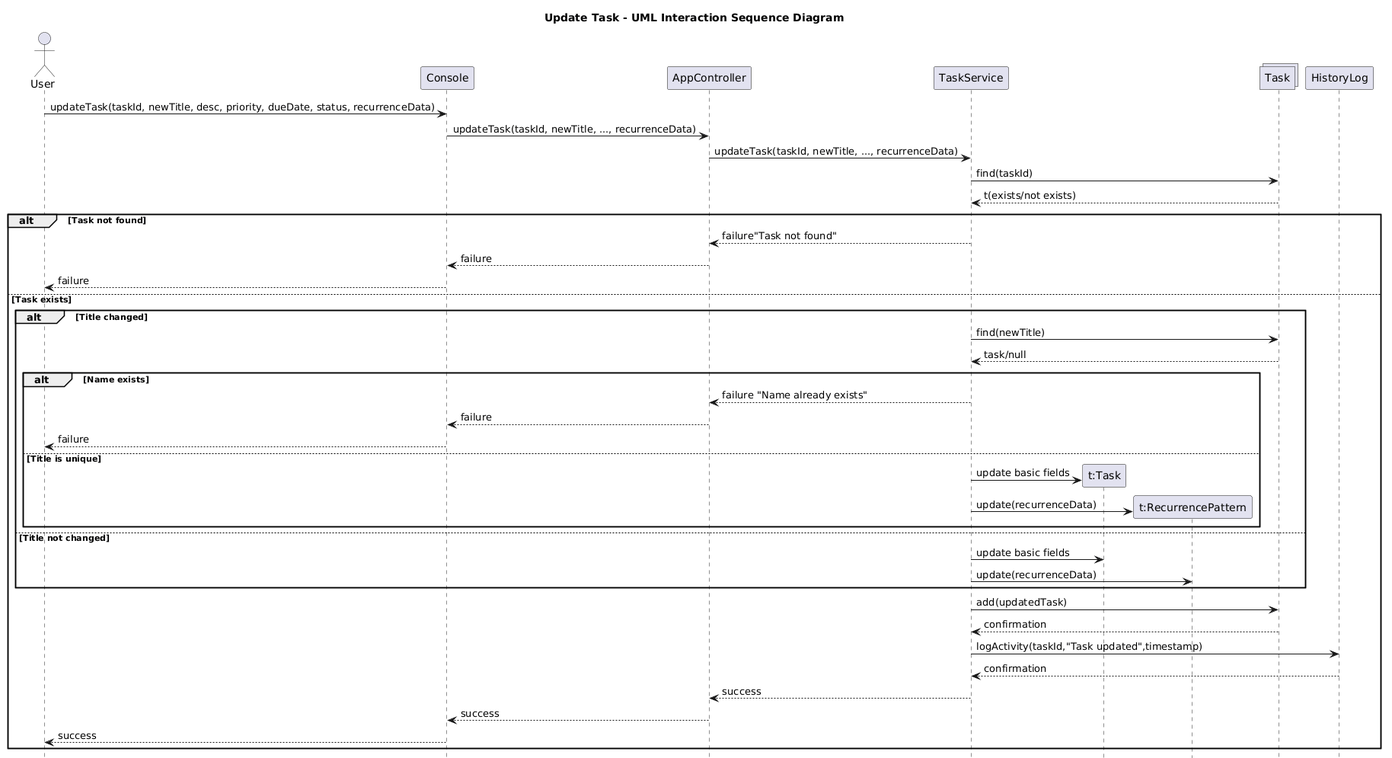
Before: Iteration 4/UML_INTERACTION_DIAGRAM/ISD_UPDATE_TASK.png, a diagram exported from PlantUML (SpenyT/SOEN342-W26). The source it was exported from:
```plantuml
@startuml
title Update Task - UML Interaction Sequence Diagram
actor User
participant Console
participant AppController
participant "TaskService" as Service
participant  "HistoryLog" as Log order 30
collections "Task" as DB order 20



User -> Console: updateTask(taskId, newTitle, desc, priority, dueDate, status, recurrenceData)
Console -> AppController: updateTask(taskId, newTitle, ..., recurrenceData)
AppController -> Service: updateTask(taskId, newTitle, ..., recurrenceData)
Service -> DB: find(taskId)
DB --> Service: t(exists/not exists)

alt Task not found
    Service --> AppController: failure"Task not found"
    AppController --> Console: failure
    Console --> User: failure

else Task exists

    alt Title changed
        Service -> DB : find(newTitle)
        DB --> Service: task/null

        alt Name exists
        Service --> AppController: failure "Name already exists"
        AppController --> Console: failure
        Console --> User: failure

        else Title is unique
            Service -> "t:Task" as Ticket** : update basic fields
            Service -> "t:RecurrencePattern" as Rec ** : update(recurrenceData)
        end

    else Title not changed
        Service -> Ticket : update basic fields
        Service -> Rec : update(recurrenceData)
    end

    Service -> DB : add(updatedTask)
    DB --> Service : confirmation

    Service -> Log : logActivity(taskId,"Task updated",timestamp)
    Log --> Service : confirmation
    Service --> AppController: success
    AppController --> Console: success
    Console --> User: success

end

hide footbox
@enduml
```
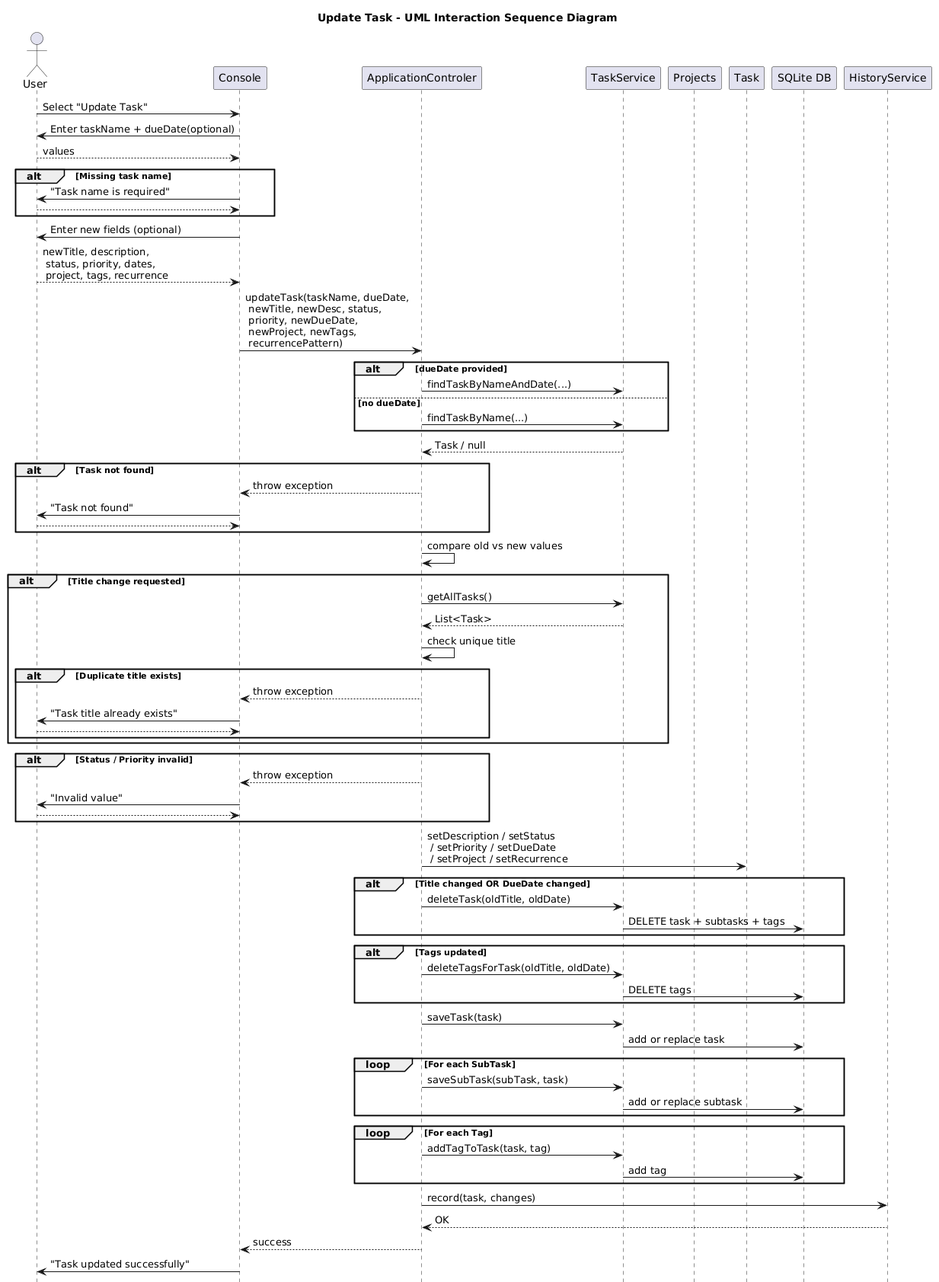
After the change.

Diff of the diagram source:
```diff
@@ -1,56 +1,98 @@
 @startuml
 title Update Task - UML Interaction Sequence Diagram
+
 actor User
 participant Console
-participant AppController
-participant "TaskService" as Service
-participant  "HistoryLog" as Log order 30
-collections "Task" as DB order 20
+participant ApplicationControler as Controller
+participant TaskService
+participant Projects
+participant "SQLite DB" as DB order 20
+participant HistoryService order 30
 
 
+User -> Console : Select "Update Task"
+Console -> User : Enter taskName + dueDate(optional)
+User --> Console : values
 
-User -> Console: updateTask(taskId, newTitle, desc, priority, dueDate, status, recurrenceData)
-Console -> AppController: updateTask(taskId, newTitle, ..., recurrenceData)
-AppController -> Service: updateTask(taskId, newTitle, ..., recurrenceData)
-Service -> DB: find(taskId)
-DB --> Service: t(exists/not exists)
+alt Missing task name
+    Console -> User : "Task name is required"
+    return
+end
+
+Console -> User : Enter new fields (optional)
+User --> Console : newTitle, description,\n status, priority, dates,\n project, tags, recurrence
+
+
+Console -> Controller : updateTask(taskName, dueDate,\n newTitle, newDesc, status,\n priority, newDueDate,\n newProject, newTags,\n recurrencePattern)
+
+
+alt dueDate provided
+    Controller -> TaskService : findTaskByNameAndDate(...)
+else no dueDate
+    Controller -> TaskService : findTaskByName(...)
+end
+
+TaskService --> Controller : Task / null
 
 alt Task not found
-    Service --> AppController: failure"Task not found"
-    AppController --> Console: failure
-    Console --> User: failure
-
-else Task exists
-
-    alt Title changed
-        Service -> DB : find(newTitle)
-        DB --> Service: task/null
-
-        alt Name exists
-        Service --> AppController: failure "Name already exists"
-        AppController --> Console: failure
-        Console --> User: failure
-
-        else Title is unique
-            Service -> "t:Task" as Ticket** : update basic fields
-            Service -> "t:RecurrencePattern" as Rec ** : update(recurrenceData)
-        end
-
-    else Title not changed
-        Service -> Ticket : update basic fields
-        Service -> Rec : update(recurrenceData)
-    end
-
-    Service -> DB : add(updatedTask)
-    DB --> Service : confirmation
-
-    Service -> Log : logActivity(taskId,"Task updated",timestamp)
-    Log --> Service : confirmation
-    Service --> AppController: success
-    AppController --> Console: success
-    Console --> User: success
-
+    Controller --> Console : throw exception
+    Console -> User : "Task not found"
+    return
 end
 
+
+Controller -> Controller : compare old vs new values
+
+alt Title change requested
+    Controller -> TaskService : getAllTasks()
+    TaskService --> Controller : List<Task>
+    Controller -> Controller : check unique title
+
+    alt Duplicate title exists
+        Controller --> Console : throw exception
+        Console -> User : "Task title already exists"
+        return
+    end
+end
+
+alt Status / Priority invalid
+    Controller --> Console : throw exception
+    Console -> User : "Invalid value"
+    return
+end
+
+
+Controller -> Task : setDescription / setStatus\n / setPriority / setDueDate\n / setProject / setRecurrence
+
+alt Title changed OR DueDate changed
+    Controller -> TaskService : deleteTask(oldTitle, oldDate)
+    TaskService -> DB : DELETE task + subtasks + tags
+end
+
+alt Tags updated
+    Controller -> TaskService : deleteTagsForTask(oldTitle, oldDate)
+    TaskService -> DB : DELETE tags
+end
+
+
+Controller -> TaskService : saveTask(task)
+TaskService -> DB : add or replace task
+
+loop For each SubTask
+    Controller -> TaskService : saveSubTask(subTask, task)
+    TaskService -> DB : add or replace subtask
+end
+
+loop For each Tag
+    Controller -> TaskService : addTagToTask(task, tag)
+    TaskService -> DB : add tag
+end
+
+
+Controller -> HistoryService : record(task, changes)
+HistoryService --> Controller : OK
+
+Controller --> Console : success
+Console -> User : "Task updated successfully"
 hide footbox
 @enduml
```
